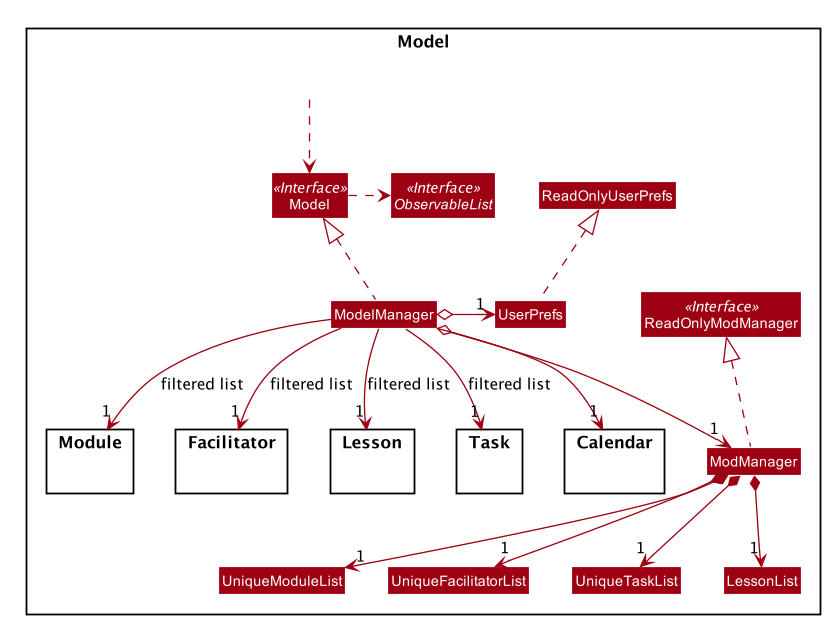
Earlier version of the PlantUML export docs/images/ModelClassDiagram.png (zixinn/main).
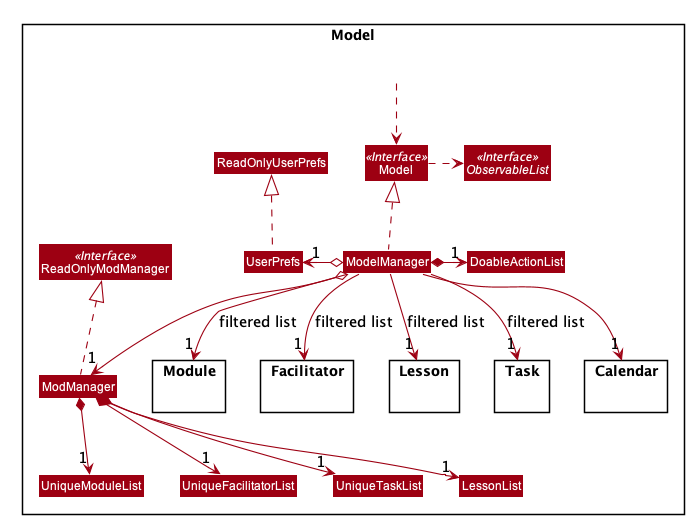
The same diagram one commit later.

Change to the diagram source:
```diff
@@ -40,6 +40,7 @@
     FontSize 50
 }
 
+skinparam ArrowFontSize 40
 skinparam MinClassWidth 50
 skinparam ParticipantPadding 10
 skinparam Shadowing false
@@ -52,6 +53,7 @@
 skinparam arrowThickness 1.1
 skinparam arrowColor #9D0012
 skinparam classBackgroundColor #9D0012
+skinparam ArrowFontSize 15
 
 Package Model <<Rectangle>>{
 Interface ReadOnlyModManager <<Interface>>
@@ -63,7 +65,7 @@
 Class ModelManager
 Class UserPrefs
 Class ReadOnlyUserPrefs
-
+Class DoableActionList
 Package Module {
 }
 
@@ -95,6 +97,7 @@
 ModManager *--> "1" UniqueTaskList
 ModManager *--> "1" LessonList
 
+ModelManager *-> "1" DoableActionList
 ModelManager -->"1" Calendar
 ModelManager -->"1" Module : filtered list
 ModelManager -->"1" Facilitator : filtered list
```
